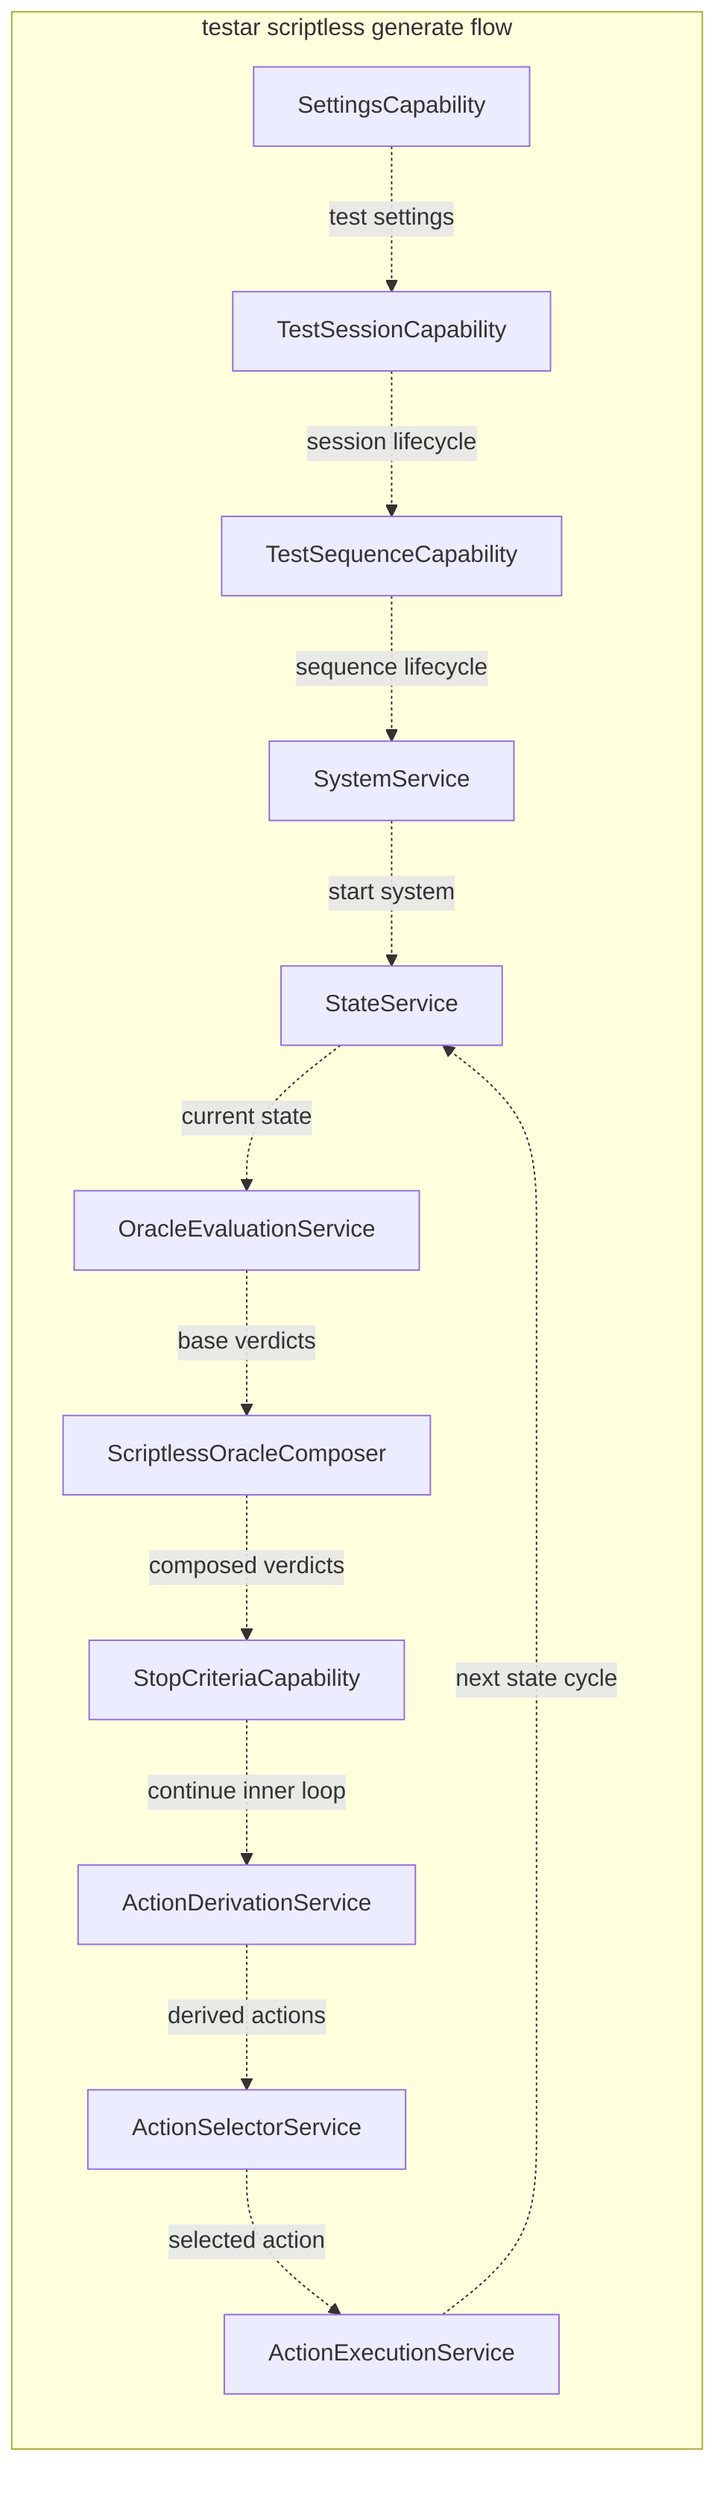
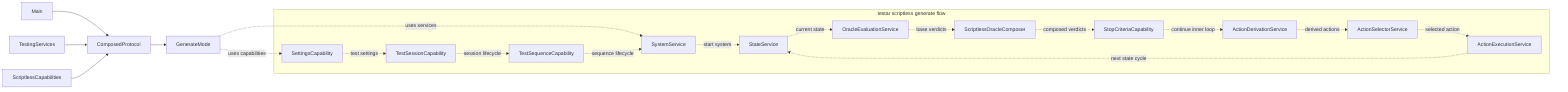
flowchart LR
+ 
+     Main["Main"]
+     ComposedProtocol["ComposedProtocol"]
+     TestingServices["TestingServices"]
+     ScriptlessCapabilities["ScriptlessCapabilities"]
+     GenerateMode["GenerateMode"]

    subgraph ScriptlessFlow["testar scriptless generate flow"]
        SystemService["SystemService"]
        StateService["StateService"]
        OracleEvaluationService["OracleEvaluationService"]
        ScriptlessOracleComposer["ScriptlessOracleComposer"]
        ActionDerivationService["ActionDerivationService"]
        ActionSelectorService["ActionSelectorService"]
        ActionExecutionService["ActionExecutionService"]

        SettingsCapability["SettingsCapability"]
        TestSessionCapability["TestSessionCapability"]
        TestSequenceCapability["TestSequenceCapability"]
        StopCriteriaCapability["StopCriteriaCapability"]
    end
+ 
+     Main --> ComposedProtocol
+     TestingServices --> ComposedProtocol
+     ScriptlessCapabilities --> ComposedProtocol
+     ComposedProtocol --> GenerateMode
+ 
+     GenerateMode -. uses services .-> SystemService
+     GenerateMode -. uses capabilities .-> SettingsCapability

    SettingsCapability -. test settings .-> TestSessionCapability
    TestSessionCapability -. session lifecycle .-> TestSequenceCapability
    TestSequenceCapability -. sequence lifecycle .-> SystemService

    SystemService -. start system .-> StateService

    StateService -. current state .-> OracleEvaluationService
    OracleEvaluationService -. base verdicts .-> ScriptlessOracleComposer

    ScriptlessOracleComposer -. composed verdicts .-> StopCriteriaCapability
    StopCriteriaCapability -. continue inner loop .-> ActionDerivationService

    ActionDerivationService -. derived actions .-> ActionSelectorService

    ActionSelectorService -. selected action .-> ActionExecutionService

    ActionExecutionService -. next state cycle .-> StateService
